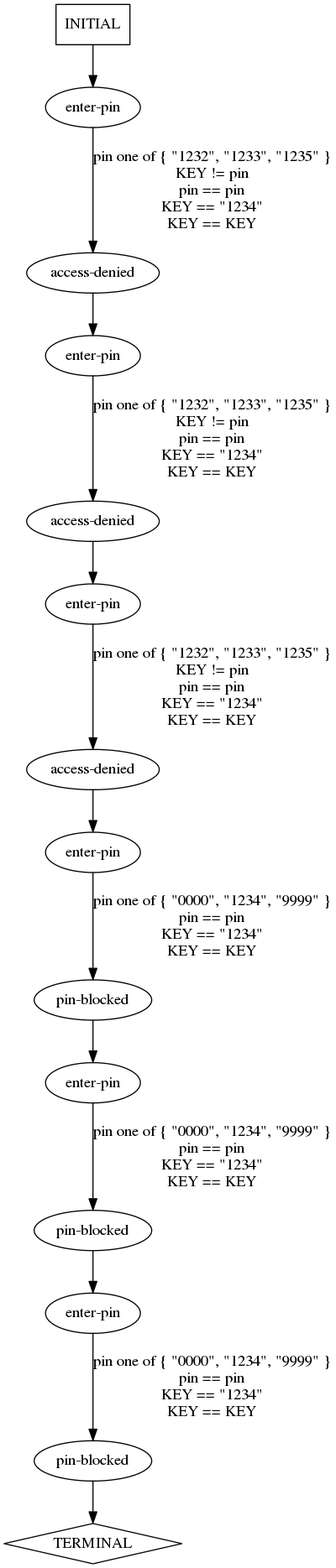
Earlier version of the Graphviz export traces/abstract/verify-pin/predicted-paths/verify-pin-test8.dot.png (ModelInference/synoptic). Its source is kept beside it as traces/abstract/verify-pin/predicted-paths/verify-pin-test8.dot. Source of this version:
```dot
digraph {
  0 [label="access-denied"];
  1 [label="access-denied"];
  2 [label="access-denied"];
  3 [label="enter-pin"];
  4 [label="enter-pin"];
  5 [label="enter-pin"];
  6 [label="enter-pin"];
  7 [label="enter-pin"];
  8 [label="enter-pin"];
  9 [label="pin-blocked"];
  10 [label="pin-blocked"];
  11 [label="pin-blocked"];
  12 [label="TERMINAL",shape=diamond];
  13 [label="INITIAL",shape=box];
0->4 [label="",];
1->5 [label="",];
2->6 [label="",];
3->0 [label="pin one of { \"1232\", \"1233\", \"1235\" }\nKEY != pin\npin == pin\nKEY == \"1234\"\nKEY == KEY",];
4->1 [label="pin one of { \"1232\", \"1233\", \"1235\" }\nKEY != pin\npin == pin\nKEY == \"1234\"\nKEY == KEY",];
5->2 [label="pin one of { \"1232\", \"1233\", \"1235\" }\nKEY != pin\npin == pin\nKEY == \"1234\"\nKEY == KEY",];
6->9 [label="pin one of { \"0000\", \"1234\", \"9999\" }\npin == pin\nKEY == \"1234\"\nKEY == KEY",];
7->10 [label="pin one of { \"0000\", \"1234\", \"9999\" }\npin == pin\nKEY == \"1234\"\nKEY == KEY",];
8->11 [label="pin one of { \"0000\", \"1234\", \"9999\" }\npin == pin\nKEY == \"1234\"\nKEY == KEY",];
9->7 [label="",];
10->8 [label="",];
11->12 [label="",];
13->3 [label="",];
} // digraph {
```
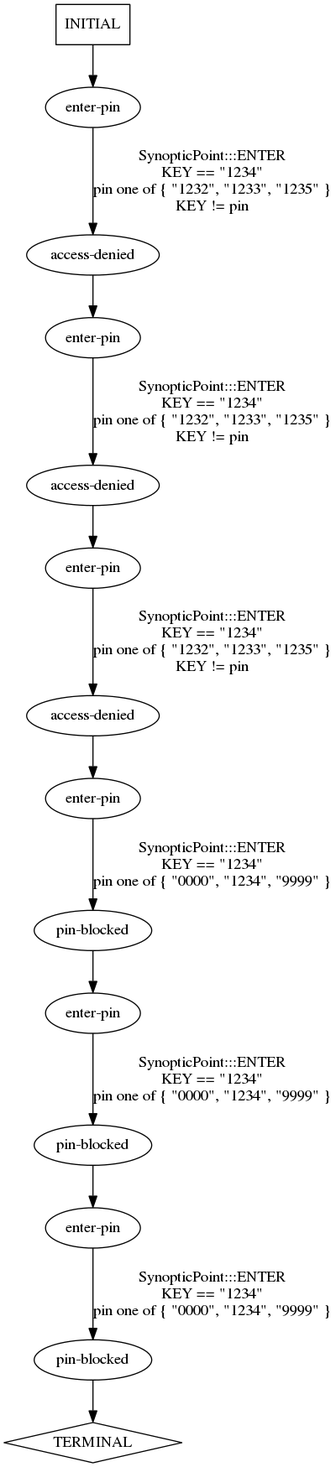
Above is the later version.

Diff of the diagram source:
```diff
@@ -16,12 +16,12 @@
 0->4 [label="",];
 1->5 [label="",];
 2->6 [label="",];
-3->0 [label="pin one of { \"1232\", \"1233\", \"1235\" }\nKEY != pin\npin == pin\nKEY == \"1234\"\nKEY == KEY",];
-4->1 [label="pin one of { \"1232\", \"1233\", \"1235\" }\nKEY != pin\npin == pin\nKEY == \"1234\"\nKEY == KEY",];
-5->2 [label="pin one of { \"1232\", \"1233\", \"1235\" }\nKEY != pin\npin == pin\nKEY == \"1234\"\nKEY == KEY",];
-6->9 [label="pin one of { \"0000\", \"1234\", \"9999\" }\npin == pin\nKEY == \"1234\"\nKEY == KEY",];
-7->10 [label="pin one of { \"0000\", \"1234\", \"9999\" }\npin == pin\nKEY == \"1234\"\nKEY == KEY",];
-8->11 [label="pin one of { \"0000\", \"1234\", \"9999\" }\npin == pin\nKEY == \"1234\"\nKEY == KEY",];
+3->0 [label="SynopticPoint:::ENTER\nKEY == \"1234\"\npin one of { \"1232\", \"1233\", \"1235\" }\nKEY != pin\n",];
+4->1 [label="SynopticPoint:::ENTER\nKEY == \"1234\"\npin one of { \"1232\", \"1233\", \"1235\" }\nKEY != pin\n",];
+5->2 [label="SynopticPoint:::ENTER\nKEY == \"1234\"\npin one of { \"1232\", \"1233\", \"1235\" }\nKEY != pin\n",];
+6->9 [label="SynopticPoint:::ENTER\nKEY == \"1234\"\npin one of { \"0000\", \"1234\", \"9999\" }\n",];
+7->10 [label="SynopticPoint:::ENTER\nKEY == \"1234\"\npin one of { \"0000\", \"1234\", \"9999\" }\n",];
+8->11 [label="SynopticPoint:::ENTER\nKEY == \"1234\"\npin one of { \"0000\", \"1234\", \"9999\" }\n",];
 9->7 [label="",];
 10->8 [label="",];
 11->12 [label="",];
```
